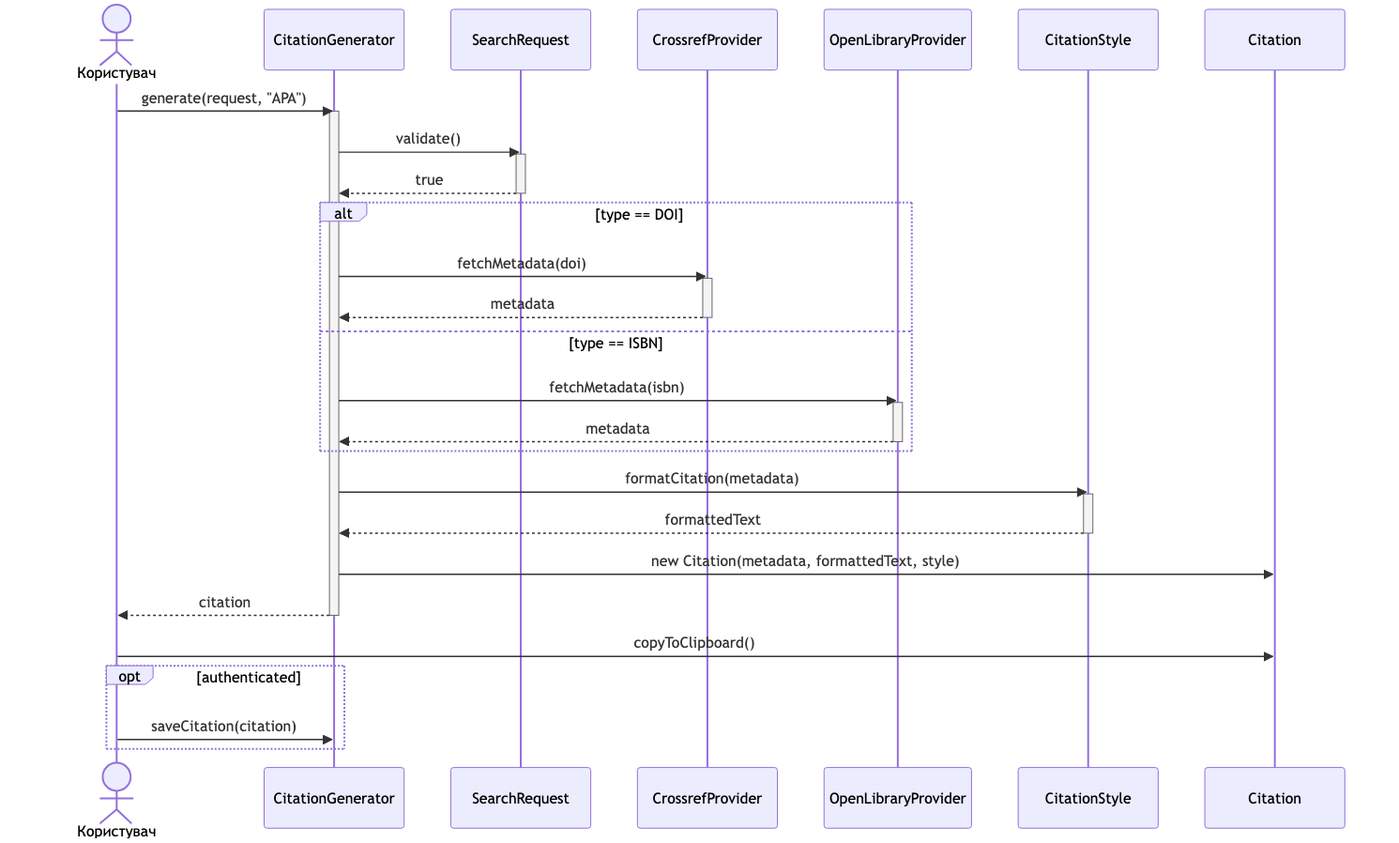
This is diagrams/images/sequence.png from oleksandrkonovalov1/bse-lr2-konovalov, a Mermaid export, as it was before one commit. Its source is kept beside it as diagrams/sequence.mmd.
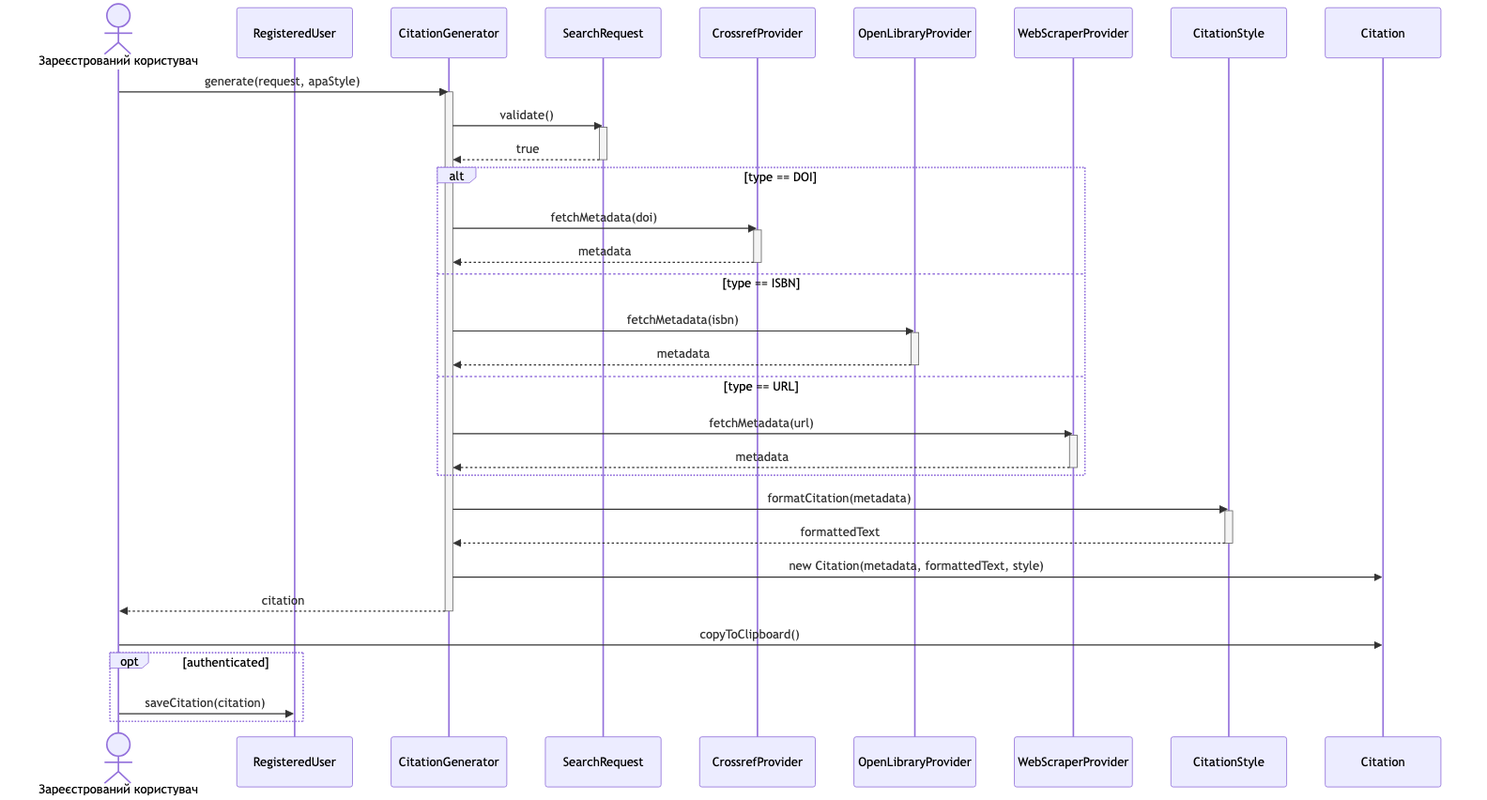
The same diagram one commit later.

What changed in the source:
```diff
@@ -1,13 +1,15 @@
 sequenceDiagram
-    actor User as Користувач
+    actor User as Зареєстрований користувач
+    participant RU as RegisteredUser
     participant CG as CitationGenerator
     participant SR as SearchRequest
     participant CP as CrossrefProvider
     participant OLP as OpenLibraryProvider
+    participant WSP as WebScraperProvider
     participant CS as CitationStyle
     participant C as Citation
 
-    User->>CG: generate(request, "APA")
+    User->>CG: generate(request, apaStyle)
     activate CG
 
     CG->>SR: validate()
@@ -25,6 +27,11 @@
         activate OLP
         OLP-->>CG: metadata
         deactivate OLP
+    else type == URL
+        CG->>WSP: fetchMetadata(url)
+        activate WSP
+        WSP-->>CG: metadata
+        deactivate WSP
     end
 
     CG->>CS: formatCitation(metadata)
@@ -40,5 +47,5 @@
     User->>C: copyToClipboard()
 
     opt authenticated
-        User->>CG: saveCitation(citation)
+        User->>RU: saveCitation(citation)
     end
```
